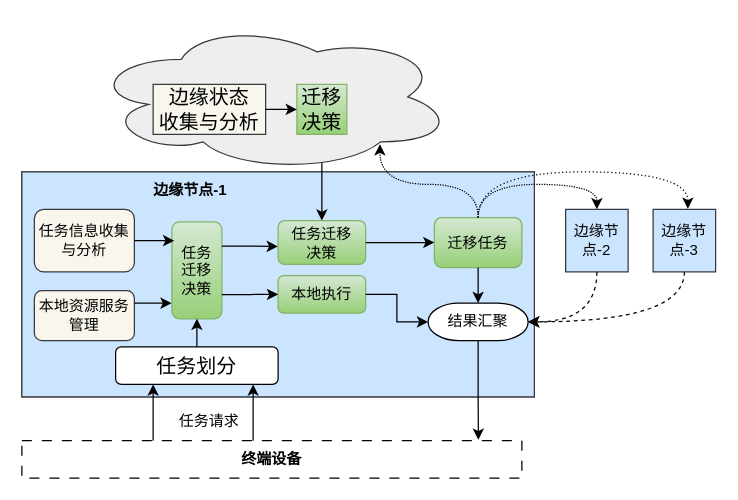
paleblackless/diagrams keeps this draw.io diagram as 基于数据驱动云智能协同.drawio. Above is the earlier version. Source tidied: cells renumbered, new cells numbered last; positions are measured from the earlier drawing's top-left corner, leaving out a move shared by most shapes. Both pictures are drawn from the tidied source at 125%, with x=0, y=0 at pixel (21, 21).
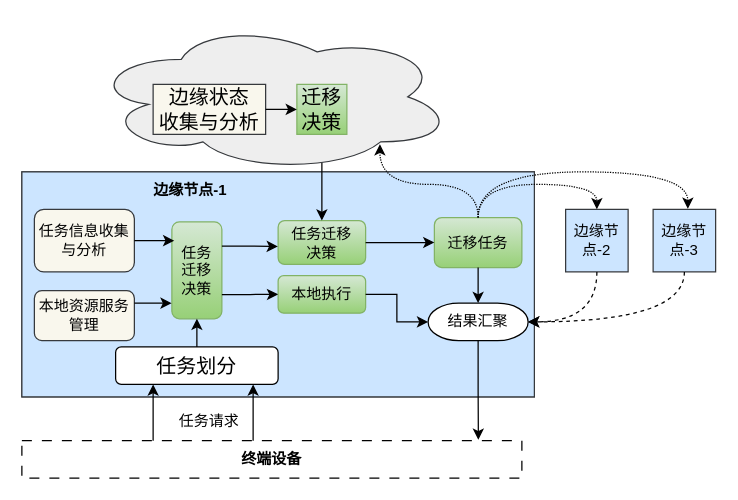
The same diagram, later.

Commit message (it also covers changes not shown here):
更新基于数据驱动云智能协同.drawio

Unchanged cells that the change refers to:
```xml
<mxCell id="10" value="迁移任务" style="rounded=1;whiteSpace=wrap;html=1;fillColor=#d5e8d4;strokeColor=#82b366;gradientColor=#97d077;" parent="2" vertex="1">
  <mxGeometry x="330" y="36.5" width="70" height="40" as="geometry" />
</mxCell>
<mxCell id="23" value="边缘节点-3" style="whiteSpace=wrap;html=1;fillColor=#cce5ff;strokeColor=#36393d;" parent="1" vertex="1">
  <mxGeometry x="505" y="150" width="50" height="50" as="geometry" />
</mxCell>
```

The edit, as a diff of the source:
```diff
@@
-    <mxCell id="29" style="edgeStyle=orthogonalEdgeStyle;rounded=0;jettySize=auto;html=1;exitX=0.5;exitY=0;exitDx=0;exitDy=0;entryX=0.556;entryY=-0.008;entryDx=0;entryDy=0;entryPerimeter=0;curved=1;dashed=1;dashPattern=1 2;" parent="1" edge="1" source="10" target="23">
+    <mxCell id="29" style="edgeStyle=orthogonalEdgeStyle;rounded=0;jettySize=auto;html=1;exitX=0.5;exitY=0;exitDx=0;exitDy=0;entryX=0.556;entryY=-0.008;entryDx=0;entryDy=0;entryPerimeter=0;curved=1;dashed=1;dashPattern=1 1;" parent="1" edge="1" source="10" target="23">
       <mxGeometry relative="1" as="geometry">
         <Array as="points">
           <mxPoint x="365" y="120" />
           <mxPoint x="533" y="120" />
         </Array>
       </mxGeometry>
     </mxCell>
```
